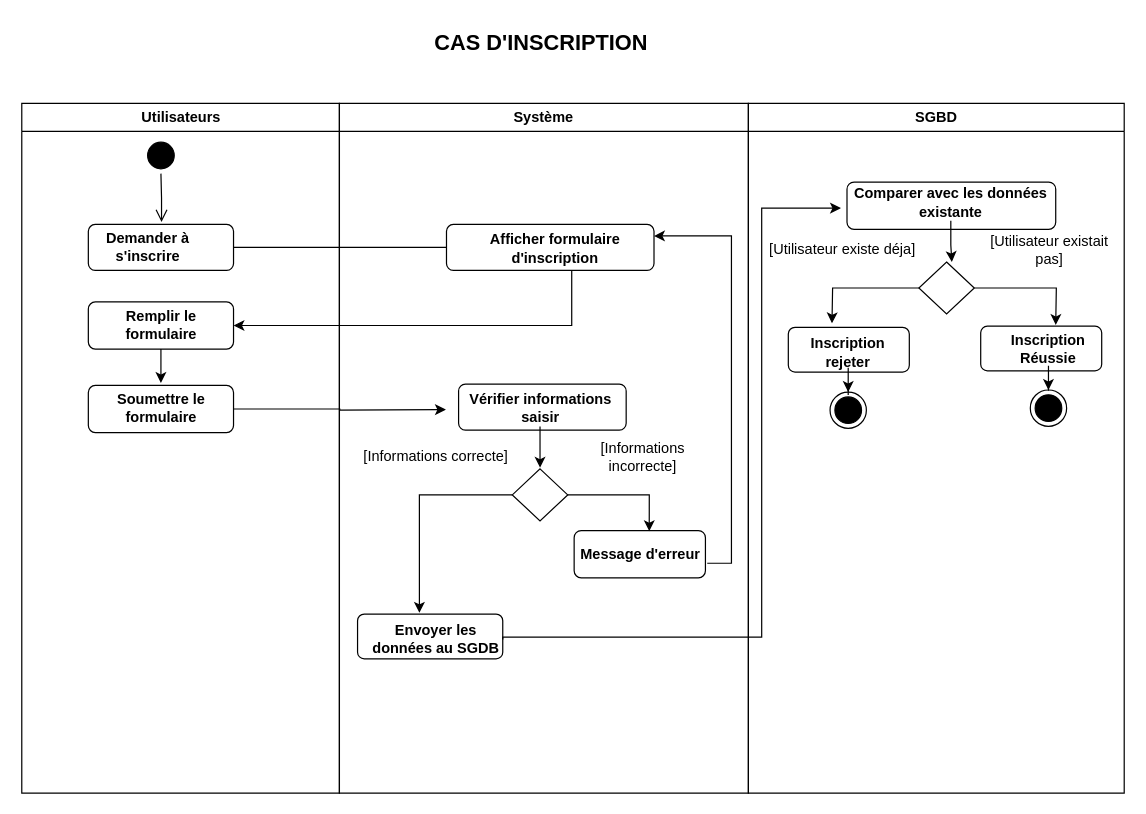
Before: sequence2.drawio in louis-fresnel99/TpGasaL1, a draw.io diagram. Source tidied: cells renumbered, new cells numbered last; positions are measured from the earlier drawing's top-left corner, leaving out a move shared by most shapes. Both pictures are drawn from the tidied source at 121%, with x=0, y=0 at pixel (21, 21).
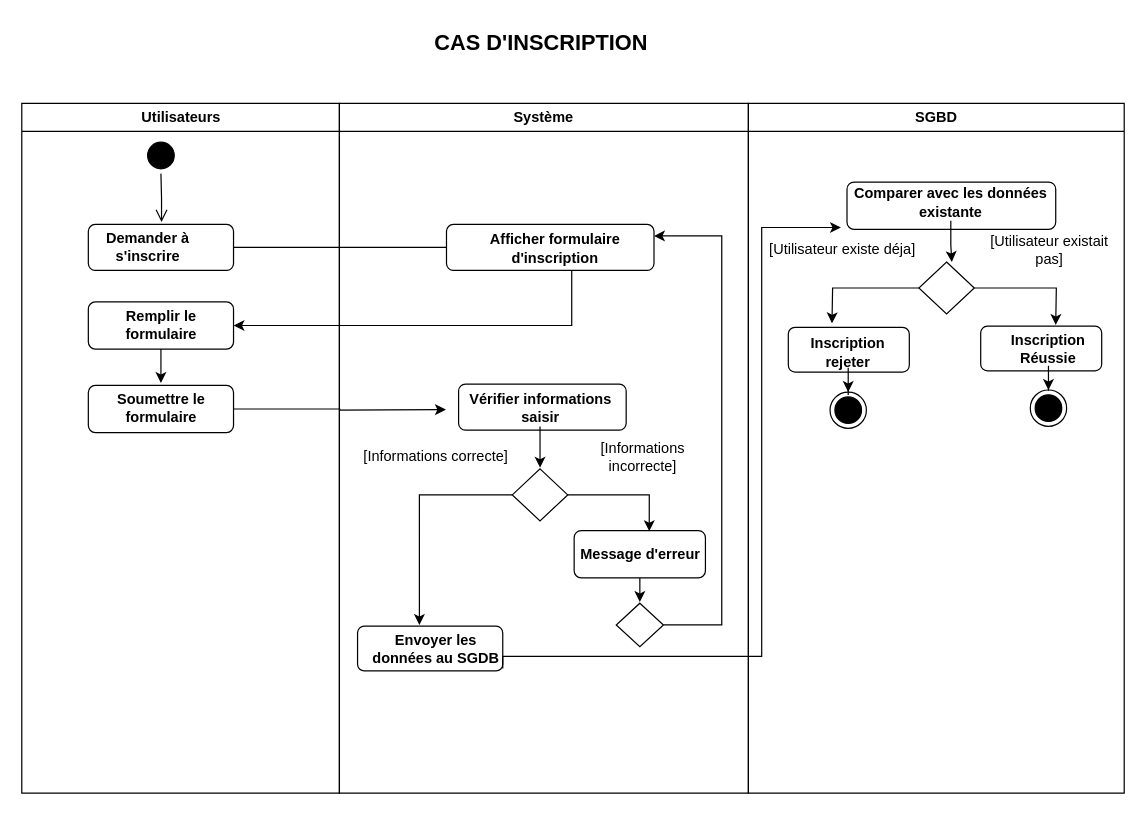
The same diagram, later.

Commit message:
Mettre à jour sequence2.drawio

Unchanged cells that the change refers to:
```xml
<mxCell id="14" value="Système" style="swimlane;whiteSpace=wrap;" parent="1" vertex="1">
  <mxGeometry x="263" y="68" width="338" height="570" as="geometry" />
</mxCell>
<mxCell id="15" style="rounded=1;whiteSpace=wrap;html=1;" parent="14" vertex="1">
  <mxGeometry x="88.5" y="100" width="171.5" height="38" as="geometry" />
</mxCell>
<mxCell id="22" style="rounded=1;whiteSpace=wrap;html=1;" parent="14" vertex="1">
  <mxGeometry x="194" y="353" width="108.5" height="39" as="geometry" />
</mxCell>
<mxCell id="25" value="&lt;b&gt;Message d'erreur&lt;/b&gt;" style="text;html=1;align=center;verticalAlign=middle;whiteSpace=wrap;rounded=0;" parent="14" vertex="1">
  <mxGeometry x="194" y="357.5" width="110" height="30" as="geometry" />
</mxCell>
<mxCell id="31" value="SGBD" style="swimlane;whiteSpace=wrap;" parent="1" vertex="1">
  <mxGeometry x="601" y="68" width="310.6" height="570" as="geometry" />
</mxCell>
```

The edit, as a diff of the source:
```diff
@@
+    <mxCell id="50" style="edgeStyle=orthogonalEdgeStyle;rounded=0;jettySize=auto;html=1;" parent="14" edge="1" source="22">
+      <mxGeometry relative="1" as="geometry">
+        <mxPoint x="248.2" y="411.4" as="targetPoint" />
+      </mxGeometry>
+    </mxCell>
@@
-    <mxCell id="24" style="edgeStyle=orthogonalEdgeStyle;rounded=0;jettySize=auto;html=1;entryX=1;entryY=0.25;entryDx=0;entryDy=0;exitX=1;exitY=0.75;exitDx=0;exitDy=0;" parent="14" edge="1" source="25" target="15">
-      <mxGeometry relative="1" as="geometry" />
+    <mxCell id="24" style="edgeStyle=orthogonalEdgeStyle;rounded=0;jettySize=auto;html=1;entryX=1;entryY=0.25;entryDx=0;entryDy=0;exitX=1;exitY=0.5;exitDx=0;exitDy=0;" parent="14" edge="1" source="51" target="15">
+      <mxGeometry relative="1" as="geometry">
+        <Array as="points">
+          <mxPoint x="316" y="431" />
+          <mxPoint x="316" y="109" />
+        </Array>
+      </mxGeometry>
     </mxCell>
@@
     <mxCell id="28" style="rounded=1;whiteSpace=wrap;html=1;" parent="14" vertex="1">
-      <mxGeometry x="15" y="422" width="120" height="37" as="geometry" />
+      <mxGeometry x="15" y="432" width="120" height="37" as="geometry" />
     </mxCell>
     <mxCell id="29" value="&lt;b&gt;Envoyer les données au SGDB&lt;/b&gt;" style="text;html=1;align=center;verticalAlign=middle;whiteSpace=wrap;rounded=0;" parent="14" vertex="1">
-      <mxGeometry x="25" y="428" width="110" height="30" as="geometry" />
+      <mxGeometry x="25" y="436" width="110" height="30" as="geometry" />
     </mxCell>
+    <mxCell id="51" style="rhombus;whiteSpace=wrap;html=1;" parent="14" vertex="1">
+      <mxGeometry x="228.8" y="413" width="39" height="36" as="geometry" />
+    </mxCell>
@@
-    <mxCell id="43" style="edgeStyle=orthogonalEdgeStyle;rounded=0;jettySize=auto;html=1;entryX=0;entryY=0.5;entryDx=0;entryDy=0;exitX=1;exitY=0.5;exitDx=0;exitDy=0;" parent="31" edge="1" source="29">
+    <mxCell id="43" style="edgeStyle=orthogonalEdgeStyle;rounded=0;orthogonalLoop=1;jettySize=auto;html=1;entryX=0;entryY=0.5;entryDx=0;entryDy=0;exitX=1;exitY=0.5;exitDx=0;exitDy=0;" parent="31" edge="1">
       <mxGeometry relative="1" as="geometry">
-        <mxPoint x="76.5" y="86.5" as="targetPoint" />
+        <mxPoint x="-203" y="467" as="sourcePoint" />
+        <mxPoint x="76.5" y="102.5" as="targetPoint" />
         <Array as="points">
-          <mxPoint x="-203" y="441" />
-          <mxPoint x="11" y="441" />
-          <mxPoint x="11" y="87" />
+          <mxPoint x="-203" y="457" />
+          <mxPoint x="11" y="457" />
+          <mxPoint x="11" y="103" />
         </Array>
       </mxGeometry>
     </mxCell>
```
